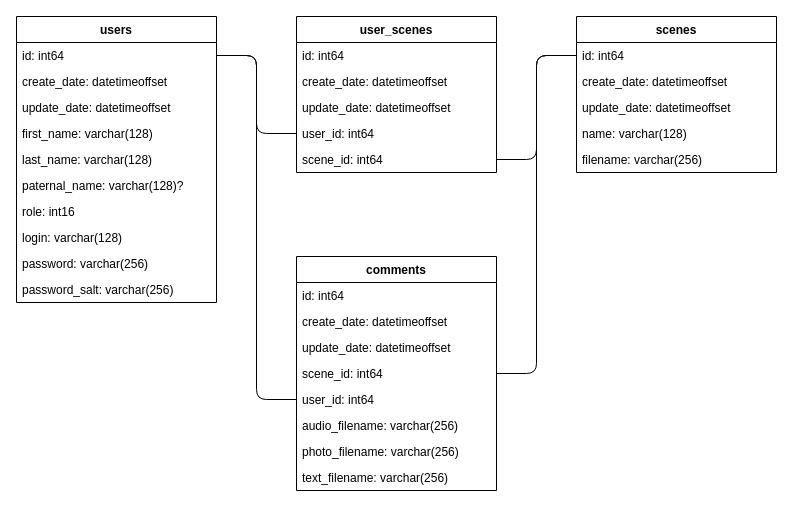
This is schemas/Database.drawio from Ambashadur/CrimeSceneDatabase, a draw.io file, before an edit. Source tidied: cells renumbered, new cells numbered last; positions are measured from the earlier drawing's top-left corner, leaving out a move shared by most shapes. Both pictures are drawn from the tidied source at 100%, with x=0, y=0 at pixel (16, 16).
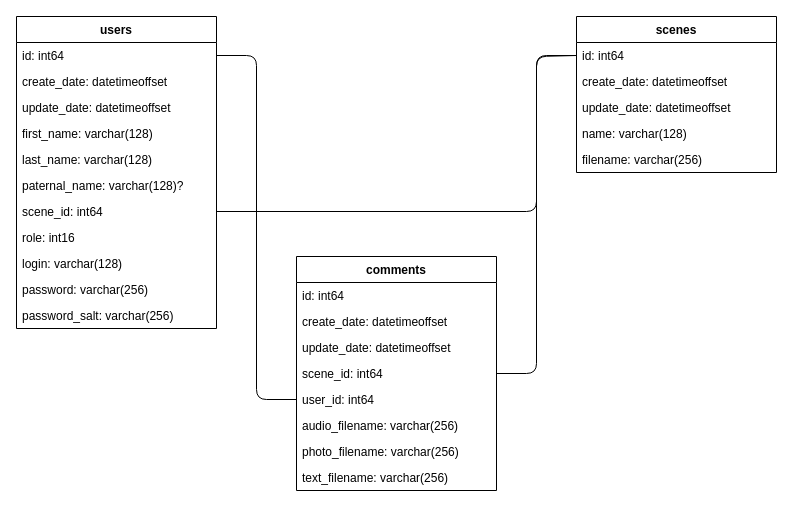
After the change.

The change refers to these unchanged cells:
```xml
<mxCell id="3" value="id: int64" style="text;strokeColor=none;fillColor=none;align=left;verticalAlign=top;spacingLeft=4;spacingRight=4;overflow=hidden;points=[[0,0.5],[1,0.5]];portConstraint=eastwest;" parent="2" vertex="1">
  <mxGeometry y="26" width="200" height="26" as="geometry" />
</mxCell>
<mxCell id="14" value="id: int64" style="text;strokeColor=none;fillColor=none;align=left;verticalAlign=top;spacingLeft=4;spacingRight=4;overflow=hidden;points=[[0,0.5],[1,0.5]];portConstraint=eastwest;" parent="13" vertex="1">
  <mxGeometry y="26" width="200" height="26" as="geometry" />
</mxCell>
```

Diff of the diagram source:
```diff
@@
     <mxCell id="2" value="users" style="swimlane;fontStyle=1;align=center;verticalAlign=top;horizontal=1;startSize=26;" parent="1" vertex="1">
-      <mxGeometry width="200" height="286" as="geometry" />
+      <mxGeometry width="200" height="312" as="geometry" />
     </mxCell>
@@
+    <mxCell id="24" value="scene_id: int64" style="text;strokeColor=none;fillColor=none;align=left;verticalAlign=top;spacingLeft=4;spacingRight=4;overflow=hidden;points=[[0,0.5],[1,0.5]];portConstraint=eastwest;" parent="2" vertex="1">
+      <mxGeometry y="182" width="200" height="26" as="geometry" />
+    </mxCell>
     <mxCell id="9" value="role: int16" style="text;strokeColor=none;fillColor=none;align=left;verticalAlign=top;spacingLeft=4;spacingRight=4;overflow=hidden;" parent="2" vertex="1">
-      <mxGeometry y="182" width="200" height="26" as="geometry" />
+      <mxGeometry y="208" width="200" height="26" as="geometry" />
     </mxCell>
     <mxCell id="10" value="login: varchar(128)" style="text;strokeColor=none;fillColor=none;align=left;verticalAlign=top;spacingLeft=4;spacingRight=4;overflow=hidden;" parent="2" vertex="1">
-      <mxGeometry y="208" width="200" height="26" as="geometry" />
+      <mxGeometry y="234" width="200" height="26" as="geometry" />
     </mxCell>
     <mxCell id="11" value="password: varchar(256)" style="text;strokeColor=none;fillColor=none;align=left;verticalAlign=top;spacingLeft=4;spacingRight=4;overflow=hidden;" parent="2" vertex="1">
-      <mxGeometry y="234" width="200" height="26" as="geometry" />
+      <mxGeometry y="260" width="200" height="26" as="geometry" />
     </mxCell>
     <mxCell id="12" value="password_salt: varchar(256)" style="text;strokeColor=none;fillColor=none;align=left;verticalAlign=top;spacingLeft=4;spacingRight=4;overflow=hidden;" parent="2" vertex="1">
-      <mxGeometry y="260" width="200" height="26" as="geometry" />
+      <mxGeometry y="286" width="200" height="26" as="geometry" />
     </mxCell>
@@
-    <mxCell id="19" value="user_scenes" style="swimlane;fontStyle=1;align=center;verticalAlign=top;horizontal=1;startSize=26;" parent="1" vertex="1">
-      <mxGeometry x="280" width="200" height="156" as="geometry" />
-    </mxCell>
-    <mxCell id="20" value="id: int64" style="text;strokeColor=none;fillColor=none;align=left;verticalAlign=top;spacingLeft=4;spacingRight=4;overflow=hidden;" parent="19" vertex="1">
-      <mxGeometry y="26" width="200" height="26" as="geometry" />
-    </mxCell>
-    <mxCell id="21" value="create_date: datetimeoffset" style="text;strokeColor=none;fillColor=none;align=left;verticalAlign=top;spacingLeft=4;spacingRight=4;overflow=hidden;" parent="19" vertex="1">
-      <mxGeometry y="52" width="200" height="26" as="geometry" />
-    </mxCell>
-    <mxCell id="22" value="update_date: datetimeoffset" style="text;strokeColor=none;fillColor=none;align=left;verticalAlign=top;spacingLeft=4;spacingRight=4;overflow=hidden;" parent="19" vertex="1">
-      <mxGeometry y="78" width="200" height="26" as="geometry" />
-    </mxCell>
-    <mxCell id="23" value="user_id: int64" style="text;strokeColor=none;fillColor=none;align=left;verticalAlign=top;spacingLeft=4;spacingRight=4;overflow=hidden;points=[[0,0.5],[1,0.5]];portConstraint=eastwest;" parent="19" vertex="1">
-      <mxGeometry y="104" width="200" height="26" as="geometry" />
-    </mxCell>
-    <mxCell id="24" value="scene_id: int64" style="text;strokeColor=none;fillColor=none;align=left;verticalAlign=top;spacingLeft=4;spacingRight=4;overflow=hidden;points=[[0,0.5],[1,0.5]];portConstraint=eastwest;" parent="19" vertex="1">
-      <mxGeometry y="130" width="200" height="26" as="geometry" />
-    </mxCell>
-    <mxCell id="25" style="endArrow=none;html=1;rounded=1;entryX=0;entryY=0.5;entryDx=0;entryDy=0;exitX=1;exitY=0.5;exitDx=0;exitDy=0;" parent="1" edge="1" source="3" target="23">
-      <mxGeometry relative="1" as="geometry">
-        <Array as="points">
-          <mxPoint x="240" y="39" />
-          <mxPoint x="240" y="117" />
-        </Array>
-      </mxGeometry>
-    </mxCell>
-    <mxCell id="26" style="endArrow=none;html=1;rounded=1;entryX=0;entryY=0.5;entryDx=0;entryDy=0;exitX=1;exitY=0.5;exitDx=0;exitDy=0;" parent="1" edge="1" source="24" target="14">
-      <mxGeometry relative="1" as="geometry">
-        <Array as="points">
-          <mxPoint x="520" y="143" />
-          <mxPoint x="520" y="39" />
-        </Array>
-      </mxGeometry>
-    </mxCell>
@@
+    <mxCell id="26" style="endArrow=none;html=1;rounded=1;entryX=0;entryY=0.5;entryDx=0;entryDy=0;exitX=1;exitY=0.5;exitDx=0;exitDy=0;" parent="1" edge="1" source="24" target="14">
+      <mxGeometry relative="1" as="geometry">
+        <Array as="points">
+          <mxPoint x="520" y="195" />
+          <mxPoint x="520" y="40" />
+        </Array>
+      </mxGeometry>
+    </mxCell>
```
